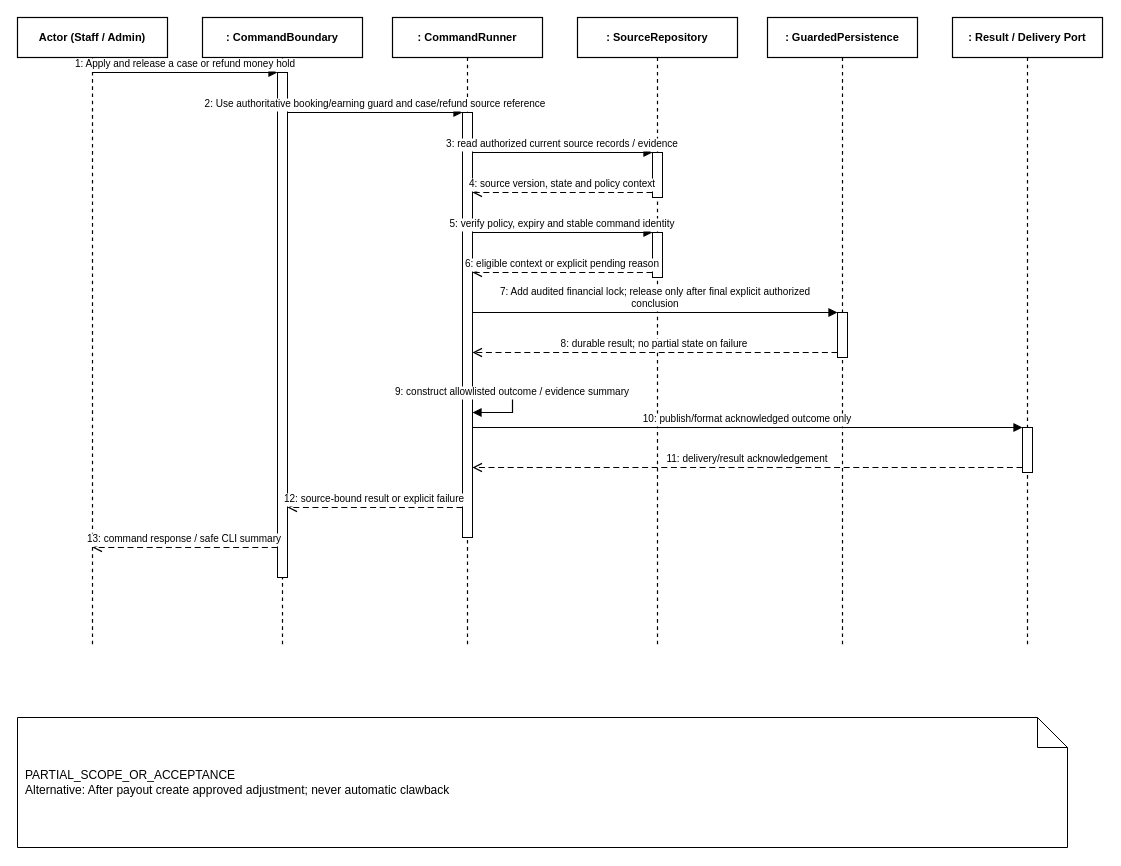
Earlier version of the draw.io diagram doc/reports/report4/sequence/fin-04.drawio (ngocthanhhx7/SEP490_G101_FALL2026). Source tidied: cells renumbered, new cells numbered last; positions are measured from the earlier drawing's top-left corner, leaving out a move shared by most shapes. Both pictures are drawn from the tidied source at 100%, with x=0, y=0 at pixel (17, 17).
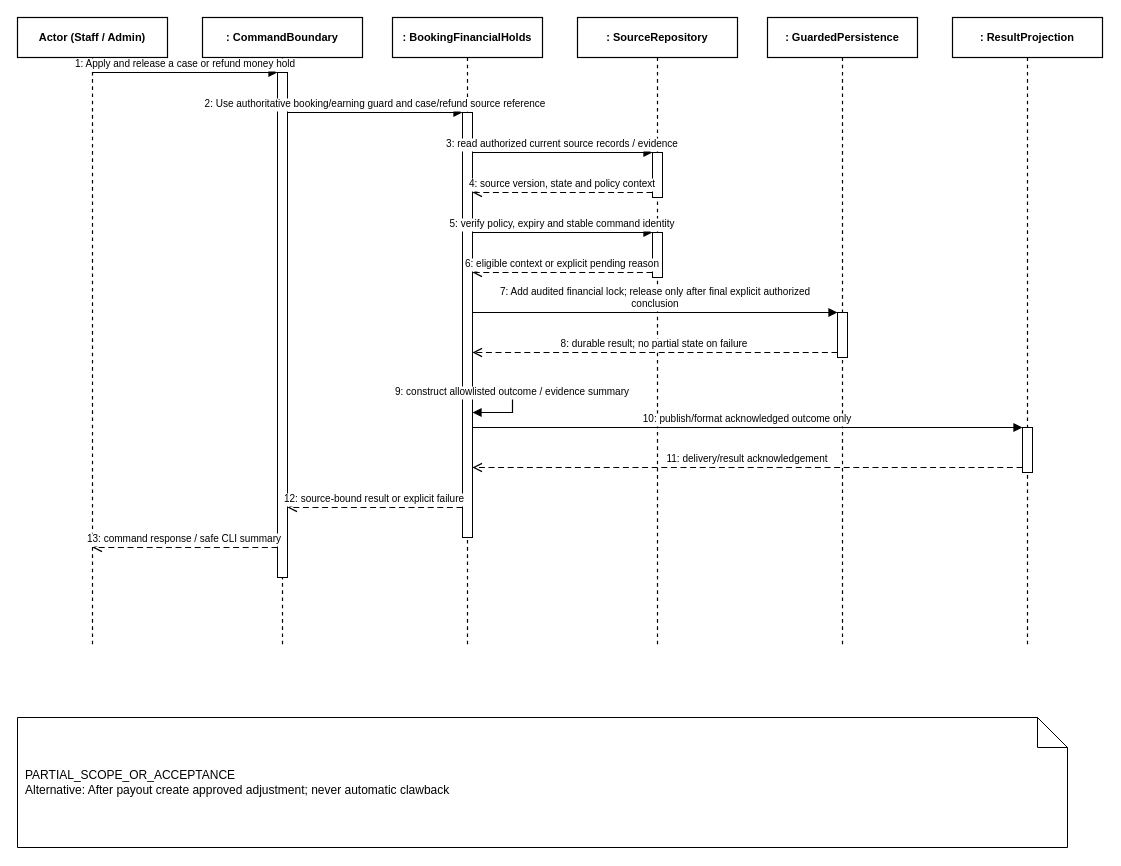
After the change.

Diff of the diagram source:
```diff
@@
-    <mxCell id="4" value=": CommandRunner" style="shape=umlLifeline;perimeter=lifelinePerimeter;whiteSpace=wrap;html=0;size=40;fillColor=#FFFFFF;strokeColor=#000000;strokeWidth=1.2;fontStyle=1;fontSize=11;align=center;" parent="1" vertex="1">
+    <mxCell id="4" value=": BookingFinancialHolds" style="shape=umlLifeline;perimeter=lifelinePerimeter;whiteSpace=wrap;html=0;size=40;fillColor=#FFFFFF;strokeColor=#000000;strokeWidth=1.2;fontStyle=1;fontSize=11;align=center;" parent="1" vertex="1">
       <mxGeometry x="375" width="150" height="630" as="geometry" />
     </mxCell>
@@
-    <mxCell id="7" value=": Result / Delivery Port" style="shape=umlLifeline;perimeter=lifelinePerimeter;whiteSpace=wrap;html=0;size=40;fillColor=#FFFFFF;strokeColor=#000000;strokeWidth=1.2;fontStyle=1;fontSize=11;align=center;" parent="1" vertex="1">
+    <mxCell id="7" value=": ResultProjection" style="shape=umlLifeline;perimeter=lifelinePerimeter;whiteSpace=wrap;html=0;size=40;fillColor=#FFFFFF;strokeColor=#000000;strokeWidth=1.2;fontStyle=1;fontSize=11;align=center;" parent="1" vertex="1">
       <mxGeometry x="935" width="150" height="630" as="geometry" />
     </mxCell>
```
